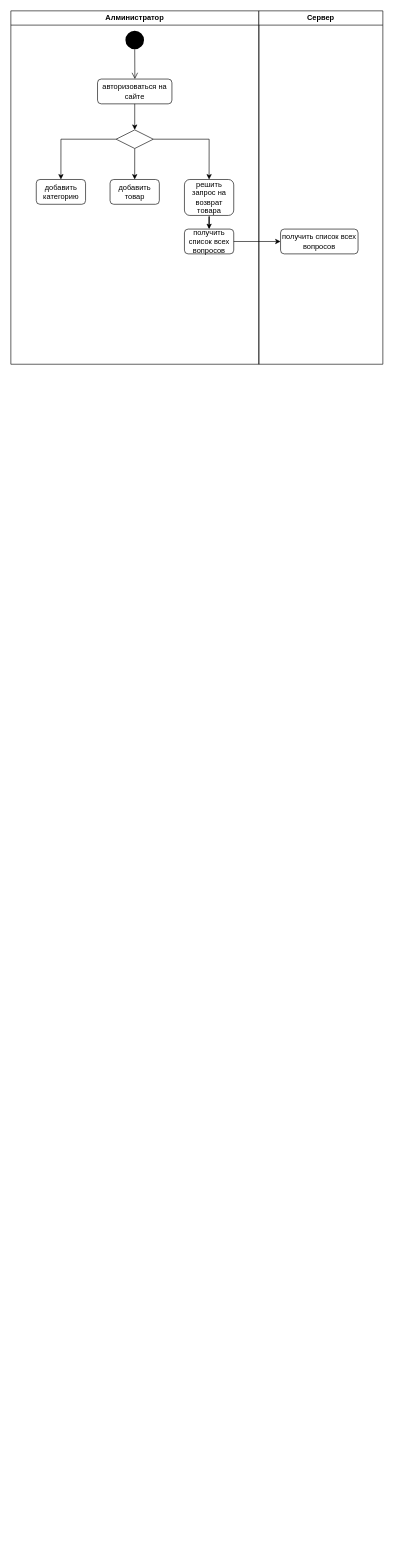
Before: activity_2.drawio in randomunrandom/MSS, a draw.io diagram. Source tidied: cells renumbered, new cells numbered last; positions are measured from the earlier drawing's top-left corner, leaving out a move shared by most shapes. Both pictures are drawn from the tidied source at 62%, with x=0, y=0 at pixel (11, 11).
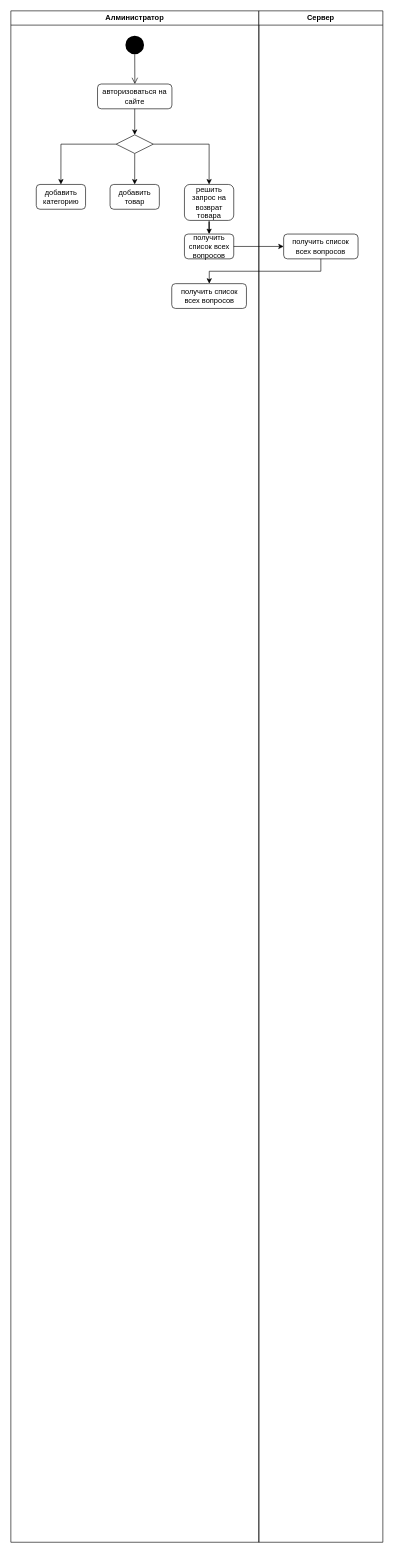
The same diagram, later.

Change to the diagram source:
```diff
@@
     <mxCell id="2" value="Алминистратор" style="swimlane;whiteSpace=wrap;" parent="1" vertex="1">
-      <mxGeometry width="400" height="570" as="geometry" />
+      <mxGeometry width="400" height="2470" as="geometry" />
     </mxCell>
     <mxCell id="3" style="ellipse;shape=startState;fillColor=#000000;strokeColor=#000000;strokeWidth=8;" parent="2" vertex="1">
-      <mxGeometry x="184.8" y="32" width="30" height="30" as="geometry" />
+      <mxGeometry x="184.8" y="40" width="30" height="30" as="geometry" />
     </mxCell>
     <mxCell id="4" style="edgeStyle=elbowEdgeStyle;elbow=horizontal;verticalAlign=bottom;endArrow=open;endSize=8;strokeColor=#000000;endFill=1;rounded=0;exitX=0.5;exitY=1;exitDx=0;exitDy=0;entryX=0.5;entryY=0;entryDx=0;entryDy=0;" parent="2" edge="1" source="3" target="5">
-      <mxGeometry x="279.8" y="-80" as="geometry" />
+      <mxGeometry x="279.8" y="-72" as="geometry" />
     </mxCell>
     <mxCell id="5" value="авторизоваться на сайте" style="rounded=1;whiteSpace=wrap;html=1;fontFamily=Helvetica;fontSize=12;fontColor=#000000;align=center;strokeColor=#000000;fillColor=#ffffff;" parent="2" vertex="1">
-      <mxGeometry x="139.8" y="110" width="120" height="40" as="geometry" />
+      <mxGeometry x="139.8" y="118" width="120" height="40" as="geometry" />
     </mxCell>
@@
     <mxCell id="9" style="rhombus;whiteSpace=wrap;html=1;strokeColor=#000000;strokeWidth=1;fillColor=#FFFFFF;" parent="2" vertex="1">
-      <mxGeometry x="169.8" y="192" width="60" height="30" as="geometry" />
+      <mxGeometry x="169.8" y="200" width="60" height="30" as="geometry" />
     </mxCell>
@@
     <mxCell id="11" value="добавить товар" style="rounded=1;whiteSpace=wrap;html=1;fontFamily=Helvetica;fontSize=12;fontColor=#000000;align=center;strokeColor=#000000;fillColor=#ffffff;" parent="2" vertex="1">
-      <mxGeometry x="160" y="272" width="79.5" height="40" as="geometry" />
+      <mxGeometry x="160" y="280" width="79.5" height="40" as="geometry" />
     </mxCell>
     <mxCell id="12" value="добавить категорию" style="rounded=1;whiteSpace=wrap;html=1;fontFamily=Helvetica;fontSize=12;fontColor=#000000;align=center;strokeColor=#000000;fillColor=#ffffff;" parent="2" vertex="1">
-      <mxGeometry x="41" y="272" width="79.5" height="40" as="geometry" />
+      <mxGeometry x="41" y="280" width="79.5" height="40" as="geometry" />
     </mxCell>
@@
     <mxCell id="14" value="решить запрос на возврат товара" style="rounded=1;whiteSpace=wrap;html=1;fontFamily=Helvetica;fontSize=12;fontColor=#000000;align=center;strokeColor=#000000;fillColor=#ffffff;" parent="2" vertex="1">
-      <mxGeometry x="280" y="272" width="79.5" height="58" as="geometry" />
+      <mxGeometry x="280" y="280" width="79.5" height="58" as="geometry" />
     </mxCell>
     <mxCell id="15" value="получить список всех вопросов" style="rounded=1;whiteSpace=wrap;html=1;fontFamily=Helvetica;fontSize=12;fontColor=#000000;align=center;strokeColor=#000000;fillColor=#ffffff;" parent="2" vertex="1">
-      <mxGeometry x="280" y="352" width="79.5" height="40" as="geometry" />
+      <mxGeometry x="280" y="360" width="79.5" height="40" as="geometry" />
     </mxCell>
+    <mxCell id="19" value="получить список всех вопросов" style="rounded=1;whiteSpace=wrap;html=1;fontFamily=Helvetica;fontSize=12;fontColor=#000000;align=center;strokeColor=#000000;fillColor=#ffffff;" parent="2" vertex="1">
+      <mxGeometry x="259.5" y="440" width="120.5" height="40" as="geometry" />
+    </mxCell>
     <mxCell id="16" value="Сервер" style="swimlane;whiteSpace=wrap;" parent="1" vertex="1">
-      <mxGeometry x="400" width="200" height="570" as="geometry" />
+      <mxGeometry x="400" width="200" height="2470" as="geometry" />
     </mxCell>
     <mxCell id="17" value="получить список всех вопросов" style="rounded=1;whiteSpace=wrap;html=1;fontFamily=Helvetica;fontSize=12;fontColor=#000000;align=center;strokeColor=#000000;fillColor=#ffffff;" parent="16" vertex="1">
-      <mxGeometry x="35" y="352" width="125" height="40" as="geometry" />
+      <mxGeometry x="40" y="360" width="120" height="40" as="geometry" />
     </mxCell>
@@
+    <mxCell id="20" style="edgeStyle=orthogonalEdgeStyle;rounded=0;jettySize=auto;html=1;" parent="1" edge="1" source="17" target="19">
+      <mxGeometry relative="1" as="geometry">
+        <Array as="points">
+          <mxPoint x="500" y="420" />
+          <mxPoint x="320" y="420" />
+        </Array>
+      </mxGeometry>
+    </mxCell>
```
